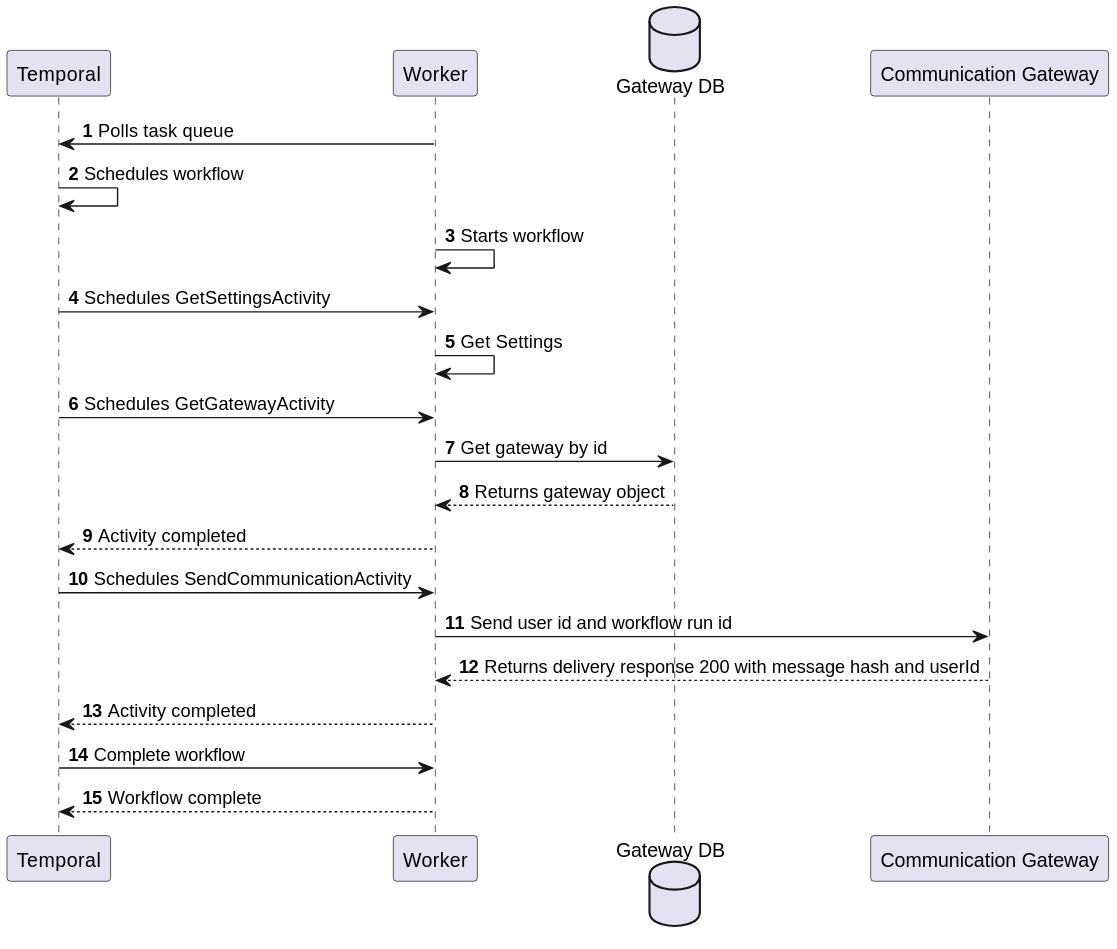
This is Designs/Images/Sequence Diagrams/SendCommunication.svg from CameronWard301/communication_scheduler, a PlantUML export, as it was before one commit. Source of this version:
```plantuml
@startuml
participant "Temporal" as temporal
participant "Worker" as worker
database "Gateway DB" as gwdb

participant "Communication Gateway" as cgw

autonumber

worker -> temporal: Polls task queue
temporal -> temporal: Schedules workflow
worker -> worker: Starts workflow
temporal -> worker: Schedules GetSettingsActivity
worker -> worker: Get Settings

temporal -> worker: Schedules GetGatewayActivity
worker -> gwdb: Get gateway by id
gwdb --> worker: Returns gateway object
worker --> temporal: Activity completed
temporal -> worker: Schedules SendCommunicationActivity
worker -> cgw: Send user id and workflow run id
cgw --> worker: Returns delivery response 200 with message hash and userId
worker --> temporal: Activity completed
temporal -> worker: Complete workflow
worker --> temporal: Workflow complete
@enduml
```
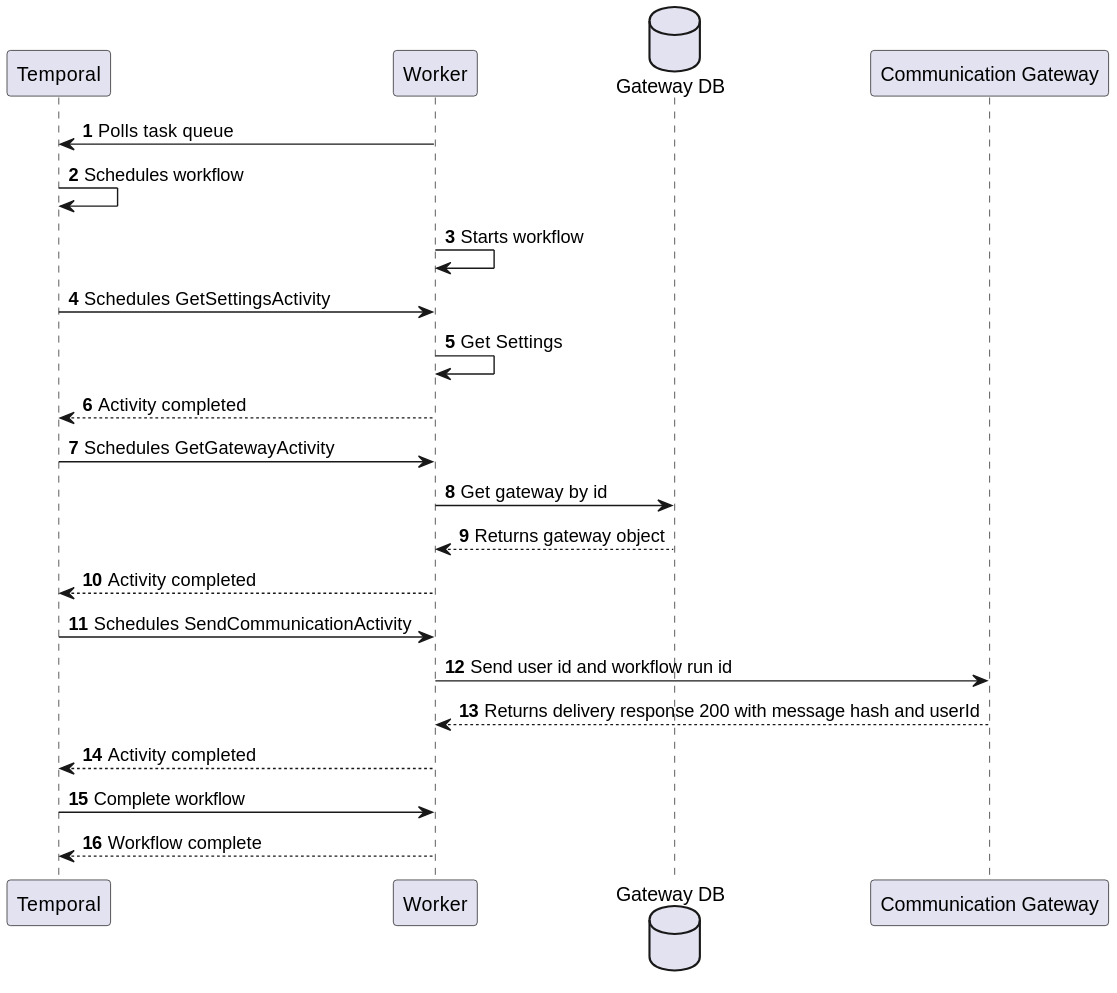
The same file after the commit.

The edit, as a diff of the source:
```diff
@@ -12,7 +12,7 @@
 worker -> worker: Starts workflow
 temporal -> worker: Schedules GetSettingsActivity
 worker -> worker: Get Settings
-
+worker --> temporal: Activity completed
 temporal -> worker: Schedules GetGatewayActivity
 worker -> gwdb: Get gateway by id
 gwdb --> worker: Returns gateway object
```
